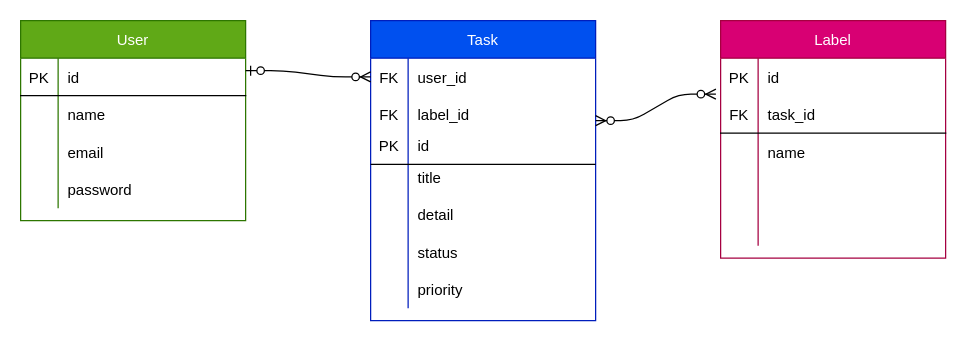
The draw.io diagram docs/ER.dio in daisuke-koguchi/everleaf_exam, before the edit. Source tidied: cells renumbered, new cells numbered last; positions are measured from the earlier drawing's top-left corner, leaving out a move shared by most shapes. Both pictures are drawn from the tidied source at 125%, with x=0, y=0 at pixel (20, 20).
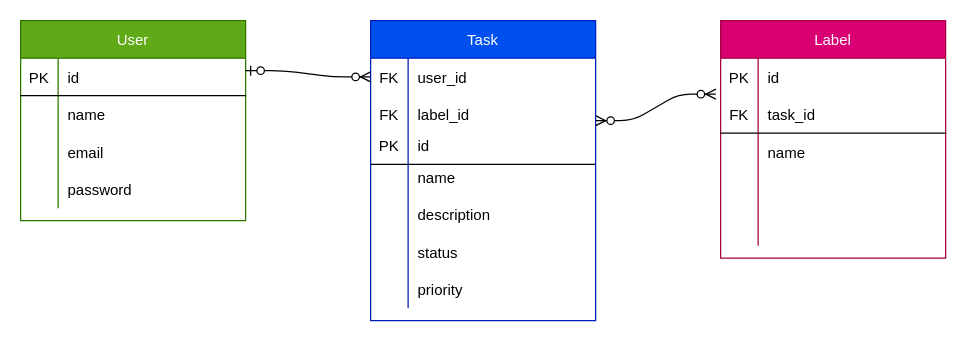
The same diagram, later.

The change refers to these unchanged cells:
```xml
<mxCell id="25" style="shape=partialRectangle;fillColor=none;top=0;left=0;bottom=0;right=0;strokeColor=#f0f0f0;" parent="15" vertex="1">
  <mxGeometry y="110" width="180" height="30" as="geometry" />
</mxCell>
<mxCell id="28" style="shape=partialRectangle;fillColor=none;top=0;left=0;bottom=0;right=0;" parent="15" vertex="1">
  <mxGeometry y="140" width="180" height="30" as="geometry" />
</mxCell>
```

What changed in the source:
```diff
@@
-    <mxCell id="27" value="title" style="shape=partialRectangle;fillColor=none;top=0;left=0;bottom=0;right=0;align=left;spacingLeft=6;overflow=hidden;" parent="25" vertex="1">
+    <mxCell id="27" value="name" style="shape=partialRectangle;fillColor=none;top=0;left=0;bottom=0;right=0;align=left;spacingLeft=6;overflow=hidden;" parent="25" vertex="1">
       <mxGeometry x="30" width="150" height="30" as="geometry" />
     </mxCell>
@@
-    <mxCell id="30" value="detail" style="shape=partialRectangle;fillColor=none;top=0;left=0;bottom=0;right=0;align=left;spacingLeft=6;overflow=hidden;" parent="28" vertex="1">
+    <mxCell id="30" value="description" style="shape=partialRectangle;fillColor=none;top=0;left=0;bottom=0;right=0;align=left;spacingLeft=6;overflow=hidden;" parent="28" vertex="1">
       <mxGeometry x="30" width="150" height="30" as="geometry" />
     </mxCell>
```
